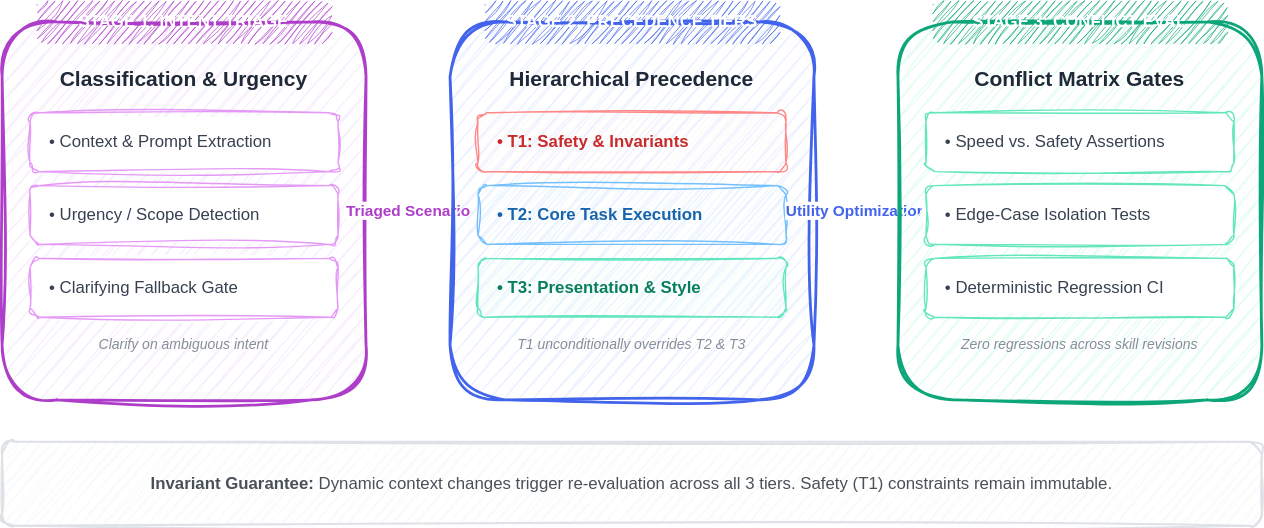
Before: public/diagrams/scenario-prioritization-architecture.svg, a diagram exported from draw.io (samuelek25k/samuelj90.github.io). Source tidied: cells renumbered, new cells last; positions are measured from the earlier drawing's top-left corner, leaving out a move shared by most shapes.
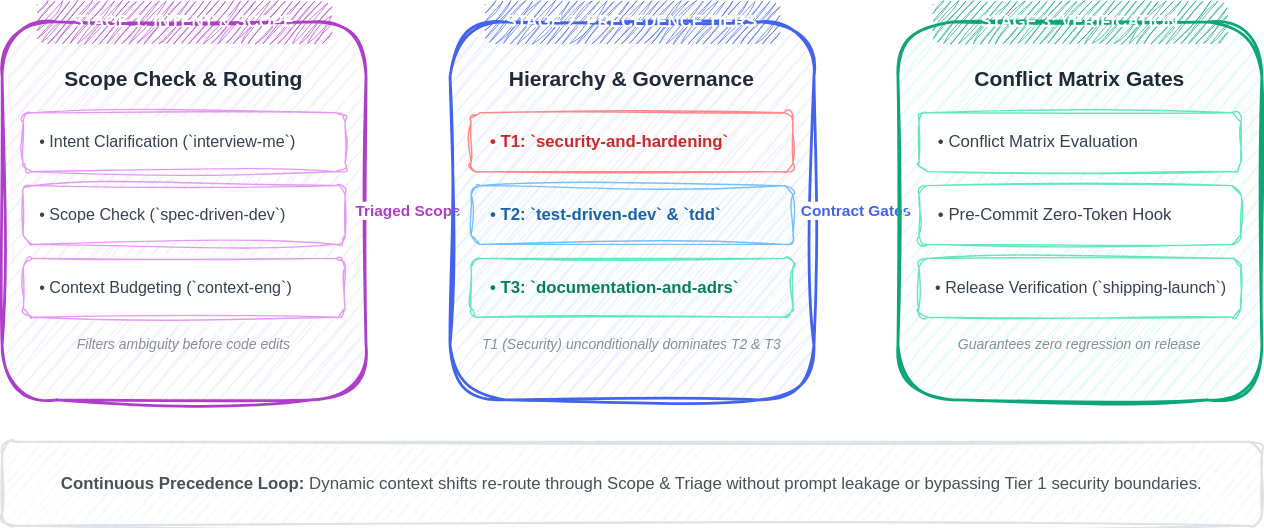
After the commit.

Commit message:
feat(diagrams): update architecture diagrams with consolidated skills layout

Diff of the diagram source:
```diff
@@ -5,25 +5,25 @@
     <mxCell id="2" style="rounded=1;whiteSpace=wrap;html=1;sketch=1;curveFitting=1;jiggle=2;fillColor=#f8f0fc;strokeColor=#ae3ec9;strokeWidth=2;shadow=0;" parent="1" vertex="1">
       <mxGeometry y="15" width="260" height="270" as="geometry" />
     </mxCell>
-    <mxCell id="3" value="STAGE 1: INTENT TRIAGE" style="rounded=1;whiteSpace=wrap;html=1;sketch=1;curveFitting=1;jiggle=2;fillColor=#ae3ec9;strokeColor=none;fontColor=#ffffff;fontStyle=1;fontSize=12;fontFamily=Helvetica;" parent="1" vertex="1">
+    <mxCell id="3" value="STAGE 1: INTENT &amp; SCOPE" style="rounded=1;whiteSpace=wrap;html=1;sketch=1;curveFitting=1;jiggle=2;fillColor=#ae3ec9;strokeColor=none;fontColor=#ffffff;fontStyle=1;fontSize=12;fontFamily=Helvetica;" parent="1" vertex="1">
       <mxGeometry x="25" width="210" height="30" as="geometry" />
     </mxCell>
-    <mxCell id="4" value="&lt;b&gt;Classification &amp; Urgency&lt;/b&gt;" style="text;html=1;strokeColor=none;fillColor=none;align=center;verticalAlign=middle;whiteSpace=wrap;rounded=0;fontSize=15;fontFamily=Helvetica;fontColor=#1f2937;" parent="1" vertex="1">
+    <mxCell id="4" value="&lt;b&gt;Scope Check &amp; Routing&lt;/b&gt;" style="text;html=1;strokeColor=none;fillColor=none;align=center;verticalAlign=middle;whiteSpace=wrap;rounded=0;fontSize=15;fontFamily=Helvetica;fontColor=#1f2937;" parent="1" vertex="1">
       <mxGeometry x="20" y="40" width="220" height="30" as="geometry" />
     </mxCell>
-    <mxCell id="5" value="• Context &amp; Prompt Extraction" style="rounded=1;whiteSpace=wrap;html=1;sketch=1;curveFitting=1;jiggle=2;fillColor=#ffffff;strokeColor=#e599f7;fontSize=12;align=left;spacingLeft=12;fontFamily=Helvetica;fontColor=#374151;" parent="1" vertex="1">
-      <mxGeometry x="20" y="80" width="220" height="42" as="geometry" />
+    <mxCell id="5" value="• Intent Clarification (`interview-me`)" style="rounded=1;whiteSpace=wrap;html=1;sketch=1;curveFitting=1;jiggle=2;fillColor=#ffffff;strokeColor=#e599f7;fontSize=11.5;align=left;spacingLeft=10;fontFamily=Helvetica;fontColor=#374151;" parent="1" vertex="1">
+      <mxGeometry x="15" y="80" width="230" height="42" as="geometry" />
     </mxCell>
-    <mxCell id="6" value="• Urgency / Scope Detection" style="rounded=1;whiteSpace=wrap;html=1;sketch=1;curveFitting=1;jiggle=2;fillColor=#ffffff;strokeColor=#e599f7;fontSize=12;align=left;spacingLeft=12;fontFamily=Helvetica;fontColor=#374151;" parent="1" vertex="1">
-      <mxGeometry x="20" y="132" width="220" height="42" as="geometry" />
+    <mxCell id="6" value="• Scope Check (`spec-driven-dev`)" style="rounded=1;whiteSpace=wrap;html=1;sketch=1;curveFitting=1;jiggle=2;fillColor=#ffffff;strokeColor=#e599f7;fontSize=11.5;align=left;spacingLeft=10;fontFamily=Helvetica;fontColor=#374151;" parent="1" vertex="1">
+      <mxGeometry x="15" y="132" width="230" height="42" as="geometry" />
     </mxCell>
-    <mxCell id="7" value="• Clarifying Fallback Gate" style="rounded=1;whiteSpace=wrap;html=1;sketch=1;curveFitting=1;jiggle=2;fillColor=#ffffff;strokeColor=#e599f7;fontSize=12;align=left;spacingLeft=12;fontFamily=Helvetica;fontColor=#374151;" parent="1" vertex="1">
-      <mxGeometry x="20" y="184" width="220" height="42" as="geometry" />
+    <mxCell id="7" value="• Context Budgeting (`context-eng`)" style="rounded=1;whiteSpace=wrap;html=1;sketch=1;curveFitting=1;jiggle=2;fillColor=#ffffff;strokeColor=#e599f7;fontSize=11.5;align=left;spacingLeft=10;fontFamily=Helvetica;fontColor=#374151;" parent="1" vertex="1">
+      <mxGeometry x="15" y="184" width="230" height="42" as="geometry" />
     </mxCell>
-    <mxCell id="8" value="Clarify on ambiguous intent" style="text;html=1;strokeColor=none;fillColor=none;align=center;verticalAlign=middle;whiteSpace=wrap;rounded=0;fontSize=10;fontFamily=Helvetica;fontColor=#868e96;fontStyle=2;" parent="1" vertex="1">
+    <mxCell id="8" value="Filters ambiguity before code edits" style="text;html=1;strokeColor=none;fillColor=none;align=center;verticalAlign=middle;whiteSpace=wrap;rounded=0;fontSize=10;fontFamily=Helvetica;fontColor=#868e96;fontStyle=2;" parent="1" vertex="1">
       <mxGeometry x="20" y="235" width="220" height="20" as="geometry" />
     </mxCell>
-    <mxCell id="9" value="&lt;b&gt;Triaged Scenario&lt;/b&gt;" style="edgeStyle=orthogonalEdgeStyle;rounded=1;jettySize=auto;html=1;strokeColor=#ae3ec9;strokeWidth=2.5;sketch=1;curveFitting=1;jiggle=2;fontColor=#ae3ec9;fontSize=11;fontFamily=Helvetica;" parent="1" edge="1" source="2" target="10">
+    <mxCell id="9" value="&lt;b&gt;Triaged Scope&lt;/b&gt;" style="edgeStyle=orthogonalEdgeStyle;rounded=1;jettySize=auto;html=1;strokeColor=#ae3ec9;strokeWidth=2.5;sketch=1;curveFitting=1;jiggle=2;fontColor=#ae3ec9;fontSize=11;fontFamily=Helvetica;" parent="1" edge="1" source="2" target="10">
       <mxGeometry relative="1" as="geometry" />
     </mxCell>
     <mxCell id="10" style="rounded=1;whiteSpace=wrap;html=1;sketch=1;curveFitting=1;jiggle=2;fillColor=#edf2ff;strokeColor=#4263eb;strokeWidth=2;shadow=0;" parent="1" vertex="1">
@@ -32,49 +32,49 @@
     <mxCell id="11" value="STAGE 2: PRECEDENCE TIERS" style="rounded=1;whiteSpace=wrap;html=1;sketch=1;curveFitting=1;jiggle=2;fillColor=#4263eb;strokeColor=none;fontColor=#ffffff;fontStyle=1;fontSize=12;fontFamily=Helvetica;" parent="1" vertex="1">
       <mxGeometry x="345" width="210" height="30" as="geometry" />
     </mxCell>
-    <mxCell id="12" value="&lt;b&gt;Hierarchical Precedence&lt;/b&gt;" style="text;html=1;strokeColor=none;fillColor=none;align=center;verticalAlign=middle;whiteSpace=wrap;rounded=0;fontSize=15;fontFamily=Helvetica;fontColor=#1f2937;" parent="1" vertex="1">
+    <mxCell id="12" value="&lt;b&gt;Hierarchy &amp; Governance&lt;/b&gt;" style="text;html=1;strokeColor=none;fillColor=none;align=center;verticalAlign=middle;whiteSpace=wrap;rounded=0;fontSize=15;fontFamily=Helvetica;fontColor=#1f2937;" parent="1" vertex="1">
       <mxGeometry x="340" y="40" width="220" height="30" as="geometry" />
     </mxCell>
-    <mxCell id="13" value="• T1: Safety &amp; Invariants" style="rounded=1;whiteSpace=wrap;html=1;sketch=1;curveFitting=1;jiggle=2;fillColor=#fff5f5;strokeColor=#ff8787;fontSize=12;align=left;spacingLeft=12;fontFamily=Helvetica;fontColor=#c92a2a;fontStyle=1;" parent="1" vertex="1">
-      <mxGeometry x="340" y="80" width="220" height="42" as="geometry" />
+    <mxCell id="13" value="• T1: `security-and-hardening`" style="rounded=1;whiteSpace=wrap;html=1;sketch=1;curveFitting=1;jiggle=2;fillColor=#fff5f5;strokeColor=#ff8787;fontSize=12;align=left;spacingLeft=12;fontFamily=Helvetica;fontColor=#c92a2a;fontStyle=1;" parent="1" vertex="1">
+      <mxGeometry x="335" y="80" width="230" height="42" as="geometry" />
     </mxCell>
-    <mxCell id="14" value="• T2: Core Task Execution" style="rounded=1;whiteSpace=wrap;html=1;sketch=1;curveFitting=1;jiggle=2;fillColor=#e7f5ff;strokeColor=#74c0fc;fontSize=12;align=left;spacingLeft=12;fontFamily=Helvetica;fontColor=#1864ab;fontStyle=1;" parent="1" vertex="1">
-      <mxGeometry x="340" y="132" width="220" height="42" as="geometry" />
+    <mxCell id="14" value="• T2: `test-driven-dev` &amp; `tdd`" style="rounded=1;whiteSpace=wrap;html=1;sketch=1;curveFitting=1;jiggle=2;fillColor=#e7f5ff;strokeColor=#74c0fc;fontSize=12;align=left;spacingLeft=12;fontFamily=Helvetica;fontColor=#1864ab;fontStyle=1;" parent="1" vertex="1">
+      <mxGeometry x="335" y="132" width="230" height="42" as="geometry" />
     </mxCell>
-    <mxCell id="15" value="• T3: Presentation &amp; Style" style="rounded=1;whiteSpace=wrap;html=1;sketch=1;curveFitting=1;jiggle=2;fillColor=#e6fcf5;strokeColor=#63e6be;fontSize=12;align=left;spacingLeft=12;fontFamily=Helvetica;fontColor=#087f5b;fontStyle=1;" parent="1" vertex="1">
-      <mxGeometry x="340" y="184" width="220" height="42" as="geometry" />
+    <mxCell id="15" value="• T3: `documentation-and-adrs`" style="rounded=1;whiteSpace=wrap;html=1;sketch=1;curveFitting=1;jiggle=2;fillColor=#e6fcf5;strokeColor=#63e6be;fontSize=12;align=left;spacingLeft=12;fontFamily=Helvetica;fontColor=#087f5b;fontStyle=1;" parent="1" vertex="1">
+      <mxGeometry x="335" y="184" width="230" height="42" as="geometry" />
     </mxCell>
-    <mxCell id="16" value="T1 unconditionally overrides T2 &amp; T3" style="text;html=1;strokeColor=none;fillColor=none;align=center;verticalAlign=middle;whiteSpace=wrap;rounded=0;fontSize=10;fontFamily=Helvetica;fontColor=#868e96;fontStyle=2;" parent="1" vertex="1">
+    <mxCell id="16" value="T1 (Security) unconditionally dominates T2 &amp; T3" style="text;html=1;strokeColor=none;fillColor=none;align=center;verticalAlign=middle;whiteSpace=wrap;rounded=0;fontSize=10;fontFamily=Helvetica;fontColor=#868e96;fontStyle=2;" parent="1" vertex="1">
       <mxGeometry x="340" y="235" width="220" height="20" as="geometry" />
     </mxCell>
-    <mxCell id="17" value="&lt;b&gt;Utility Optimization&lt;/b&gt;" style="edgeStyle=orthogonalEdgeStyle;rounded=1;jettySize=auto;html=1;strokeColor=#4263eb;strokeWidth=2.5;sketch=1;curveFitting=1;jiggle=2;fontColor=#4263eb;fontSize=11;fontFamily=Helvetica;" parent="1" edge="1" source="10" target="18">
+    <mxCell id="17" value="&lt;b&gt;Contract Gates&lt;/b&gt;" style="edgeStyle=orthogonalEdgeStyle;rounded=1;jettySize=auto;html=1;strokeColor=#4263eb;strokeWidth=2.5;sketch=1;curveFitting=1;jiggle=2;fontColor=#4263eb;fontSize=11;fontFamily=Helvetica;" parent="1" edge="1" source="10" target="18">
       <mxGeometry relative="1" as="geometry" />
     </mxCell>
     <mxCell id="18" style="rounded=1;whiteSpace=wrap;html=1;sketch=1;curveFitting=1;jiggle=2;fillColor=#e6fcf5;strokeColor=#0ca678;strokeWidth=2;shadow=0;" parent="1" vertex="1">
       <mxGeometry x="640" y="15" width="260" height="270" as="geometry" />
     </mxCell>
-    <mxCell id="19" value="STAGE 3: CONFLICT EVAL" style="rounded=1;whiteSpace=wrap;html=1;sketch=1;curveFitting=1;jiggle=2;fillColor=#0ca678;strokeColor=none;fontColor=#ffffff;fontStyle=1;fontSize=12;fontFamily=Helvetica;" parent="1" vertex="1">
+    <mxCell id="19" value="STAGE 3: VERIFICATION" style="rounded=1;whiteSpace=wrap;html=1;sketch=1;curveFitting=1;jiggle=2;fillColor=#0ca678;strokeColor=none;fontColor=#ffffff;fontStyle=1;fontSize=12;fontFamily=Helvetica;" parent="1" vertex="1">
       <mxGeometry x="665" width="210" height="30" as="geometry" />
     </mxCell>
     <mxCell id="20" value="&lt;b&gt;Conflict Matrix Gates&lt;/b&gt;" style="text;html=1;strokeColor=none;fillColor=none;align=center;verticalAlign=middle;whiteSpace=wrap;rounded=0;fontSize=15;fontFamily=Helvetica;fontColor=#1f2937;" parent="1" vertex="1">
       <mxGeometry x="660" y="40" width="220" height="30" as="geometry" />
     </mxCell>
-    <mxCell id="21" value="• Speed vs. Safety Assertions" style="rounded=1;whiteSpace=wrap;html=1;sketch=1;curveFitting=1;jiggle=2;fillColor=#ffffff;strokeColor=#63e6be;fontSize=12;align=left;spacingLeft=12;fontFamily=Helvetica;fontColor=#374151;" parent="1" vertex="1">
-      <mxGeometry x="660" y="80" width="220" height="42" as="geometry" />
+    <mxCell id="21" value="• Conflict Matrix Evaluation" style="rounded=1;whiteSpace=wrap;html=1;sketch=1;curveFitting=1;jiggle=2;fillColor=#ffffff;strokeColor=#63e6be;fontSize=12;align=left;spacingLeft=12;fontFamily=Helvetica;fontColor=#374151;" parent="1" vertex="1">
+      <mxGeometry x="655" y="80" width="230" height="42" as="geometry" />
     </mxCell>
-    <mxCell id="22" value="• Edge-Case Isolation Tests" style="rounded=1;whiteSpace=wrap;html=1;sketch=1;curveFitting=1;jiggle=2;fillColor=#ffffff;strokeColor=#63e6be;fontSize=12;align=left;spacingLeft=12;fontFamily=Helvetica;fontColor=#374151;" parent="1" vertex="1">
-      <mxGeometry x="660" y="132" width="220" height="42" as="geometry" />
+    <mxCell id="22" value="• Pre-Commit Zero-Token Hook" style="rounded=1;whiteSpace=wrap;html=1;sketch=1;curveFitting=1;jiggle=2;fillColor=#ffffff;strokeColor=#63e6be;fontSize=12;align=left;spacingLeft=12;fontFamily=Helvetica;fontColor=#374151;" parent="1" vertex="1">
+      <mxGeometry x="655" y="132" width="230" height="42" as="geometry" />
     </mxCell>
-    <mxCell id="23" value="• Deterministic Regression CI" style="rounded=1;whiteSpace=wrap;html=1;sketch=1;curveFitting=1;jiggle=2;fillColor=#ffffff;strokeColor=#63e6be;fontSize=12;align=left;spacingLeft=12;fontFamily=Helvetica;fontColor=#374151;" parent="1" vertex="1">
-      <mxGeometry x="660" y="184" width="220" height="42" as="geometry" />
+    <mxCell id="23" value="• Release Verification (`shipping-launch`)" style="rounded=1;whiteSpace=wrap;html=1;sketch=1;curveFitting=1;jiggle=2;fillColor=#ffffff;strokeColor=#63e6be;fontSize=11.5;align=left;spacingLeft=10;fontFamily=Helvetica;fontColor=#374151;" parent="1" vertex="1">
+      <mxGeometry x="655" y="184" width="230" height="42" as="geometry" />
     </mxCell>
-    <mxCell id="24" value="Zero regressions across skill revisions" style="text;html=1;strokeColor=none;fillColor=none;align=center;verticalAlign=middle;whiteSpace=wrap;rounded=0;fontSize=10;fontFamily=Helvetica;fontColor=#868e96;fontStyle=2;" parent="1" vertex="1">
+    <mxCell id="24" value="Guarantees zero regression on release" style="text;html=1;strokeColor=none;fillColor=none;align=center;verticalAlign=middle;whiteSpace=wrap;rounded=0;fontSize=10;fontFamily=Helvetica;fontColor=#868e96;fontStyle=2;" parent="1" vertex="1">
       <mxGeometry x="660" y="235" width="220" height="20" as="geometry" />
     </mxCell>
     <mxCell id="25" style="rounded=1;whiteSpace=wrap;html=1;sketch=1;curveFitting=1;jiggle=2;fillColor=#f8f9fa;strokeColor=#dee2e6;strokeWidth=1.5;" parent="1" vertex="1">
       <mxGeometry y="315" width="900" height="60" as="geometry" />
     </mxCell>
-    <mxCell id="26" value="&lt;b&gt;Invariant Guarantee:&lt;/b&gt; Dynamic context changes trigger re-evaluation across all 3 tiers. Safety (T1) constraints remain immutable." style="text;html=1;strokeColor=none;fillColor=none;align=center;verticalAlign=middle;whiteSpace=wrap;rounded=0;fontSize=12;fontFamily=Helvetica;fontColor=#495057;" parent="1" vertex="1">
+    <mxCell id="26" value="&lt;b&gt;Continuous Precedence Loop:&lt;/b&gt; Dynamic context shifts re-route through Scope &amp; Triage without prompt leakage or bypassing Tier 1 security boundaries." style="text;html=1;strokeColor=none;fillColor=none;align=center;verticalAlign=middle;whiteSpace=wrap;rounded=0;fontSize=12;fontFamily=Helvetica;fontColor=#495057;" parent="1" vertex="1">
       <mxGeometry x="10" y="320" width="880" height="50" as="geometry" />
     </mxCell>
   </root>
```
